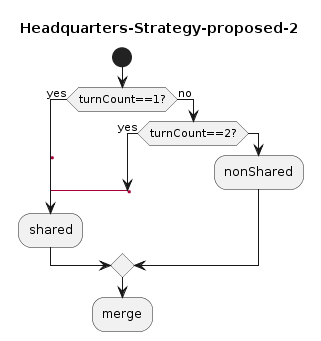
Earlier version of the PlantUML export drawings/Headquarters-Strategy-proposed-2.png (coding-to-music/plantuml-diagram-examples).
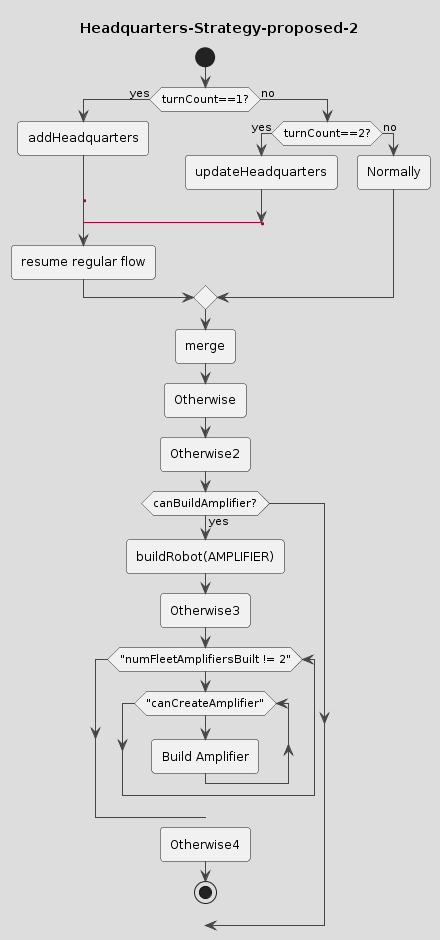
After the commit.

The edit, as a diff of the source:
```diff
@@ -1,18 +1,36 @@
 @startuml Headquarters-Strategy-proposed-2
+!theme toy
 title Headquarters-Strategy-proposed-2
+
 start
 if (turnCount==1?) then (yes)
+:addHeadquarters;
 label sp_lab0
 label sp_lab1
 label lab
-:shared;
+:resume regular flow;
 else (no)
 if (turnCount==2?) then (yes)
+:updateHeadquarters;
 label sp_lab2
 goto sp_lab1
-else
-:nonShared;
+else (no)
+:Normally;
 endif
 endif
 :merge;
+:Otherwise;
+:Otherwise2;
+if (canBuildAmplifier?) then (yes)
+:buildRobot(AMPLIFIER);
+:Otherwise3;
+    while ("numFleetAmplifiersBuilt != 2")
+        while ("canCreateAmplifier")
+        :Build Amplifier;
+        endwhile
+    endwhile
+    detach
+:Otherwise4;
+
+stop
 @enduml
```
